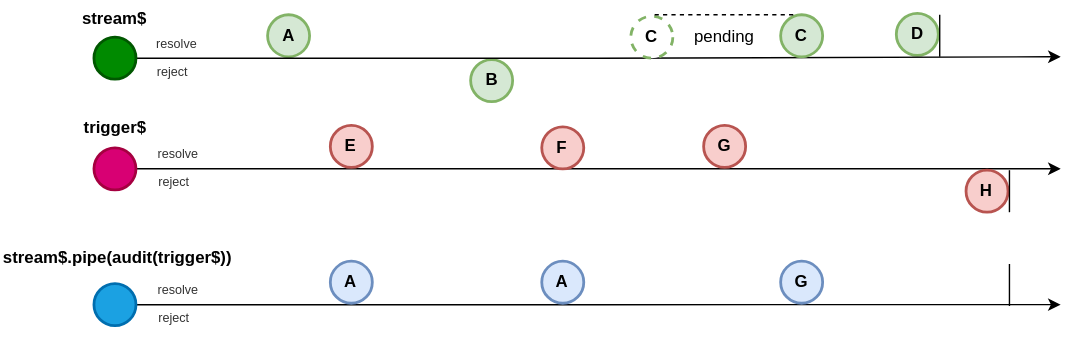
The draw.io diagram docs/public/audit.drawio.svg in fluthjs/fluth-doc, before a commit. Source tidied: cells renumbered, new cells last; positions are measured from the earlier drawing's top-left corner, leaving out a move shared by most shapes.
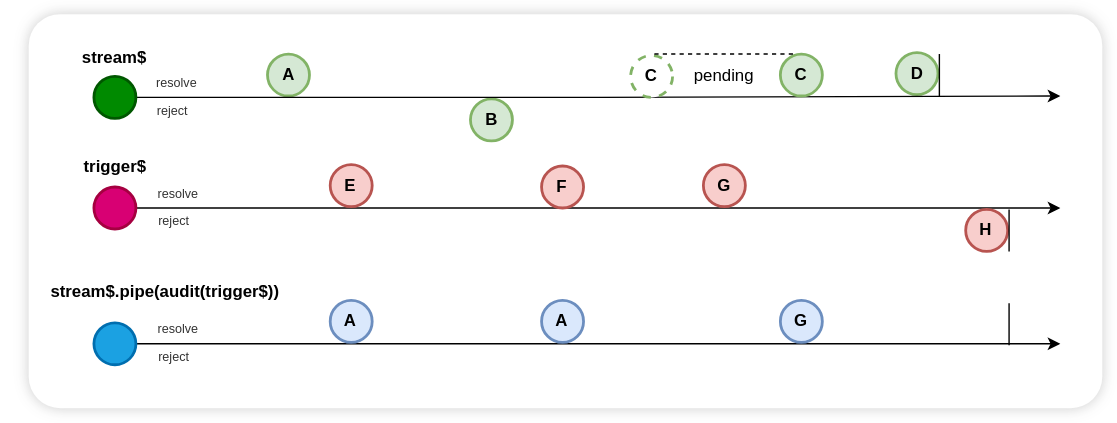
Above is the later version.

The edit, as a diff of the source:
```diff
@@ -2,6 +2,9 @@
   <root>
     <mxCell id="0" />
     <mxCell id="1" parent="0" />
+    <mxCell id="34" style="rounded=1;whiteSpace=wrap;html=1;fontFamily=Helvetica;fontSize=11;fontColor=default;labelBackgroundColor=default;arcSize=8;shadow=1;glass=0;strokeColor=none;shadowOffsetX=0;shadowOffsetY=0;shadowBlur=5;shadowColor=#333333;" parent="1" vertex="1">
+      <mxGeometry x="21" y="-18.5" width="767" height="281.5" as="geometry" />
+    </mxCell>
     <mxCell id="2" style="edgeStyle=orthogonalEdgeStyle;rounded=0;jettySize=auto;html=1;exitX=1;exitY=0.5;exitDx=0;exitDy=0;" parent="1" edge="1" source="5">
       <mxGeometry relative="1" as="geometry">
         <mxPoint x="758" y="120" as="targetPoint" />
@@ -50,7 +53,7 @@
       </mxGeometry>
     </mxCell>
     <mxCell id="14" value="stream$.pipe(audit(trigger$))" style="text;whiteSpace=wrap;strokeWidth=1;fontStyle=1;" parent="1" vertex="1">
-      <mxGeometry x="1" y="170" width="213.2" height="32" as="geometry" />
+      <mxGeometry x="35" y="166" width="213.2" height="32" as="geometry" />
     </mxCell>
     <mxCell id="15" style="edgeStyle=orthogonalEdgeStyle;rounded=0;jettySize=auto;html=1;" parent="1" edge="1" source="16">
       <mxGeometry relative="1" as="geometry">
```
